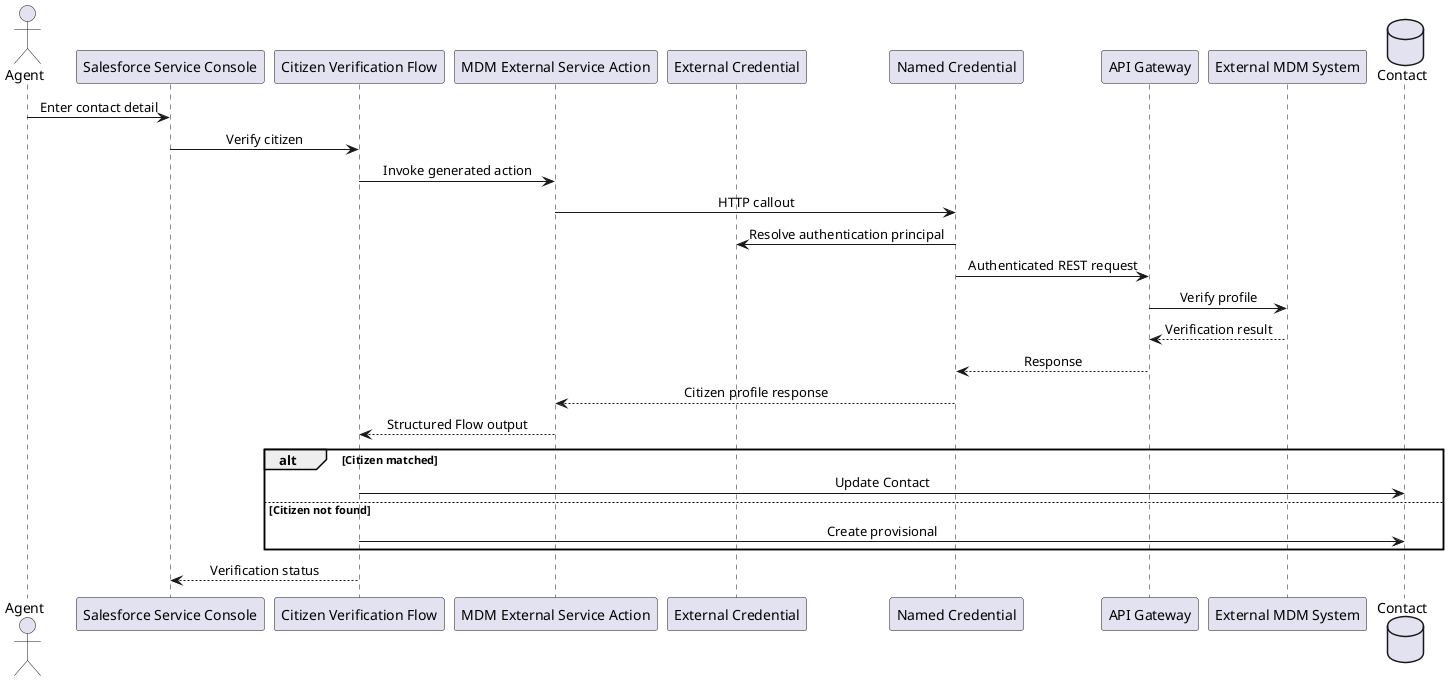
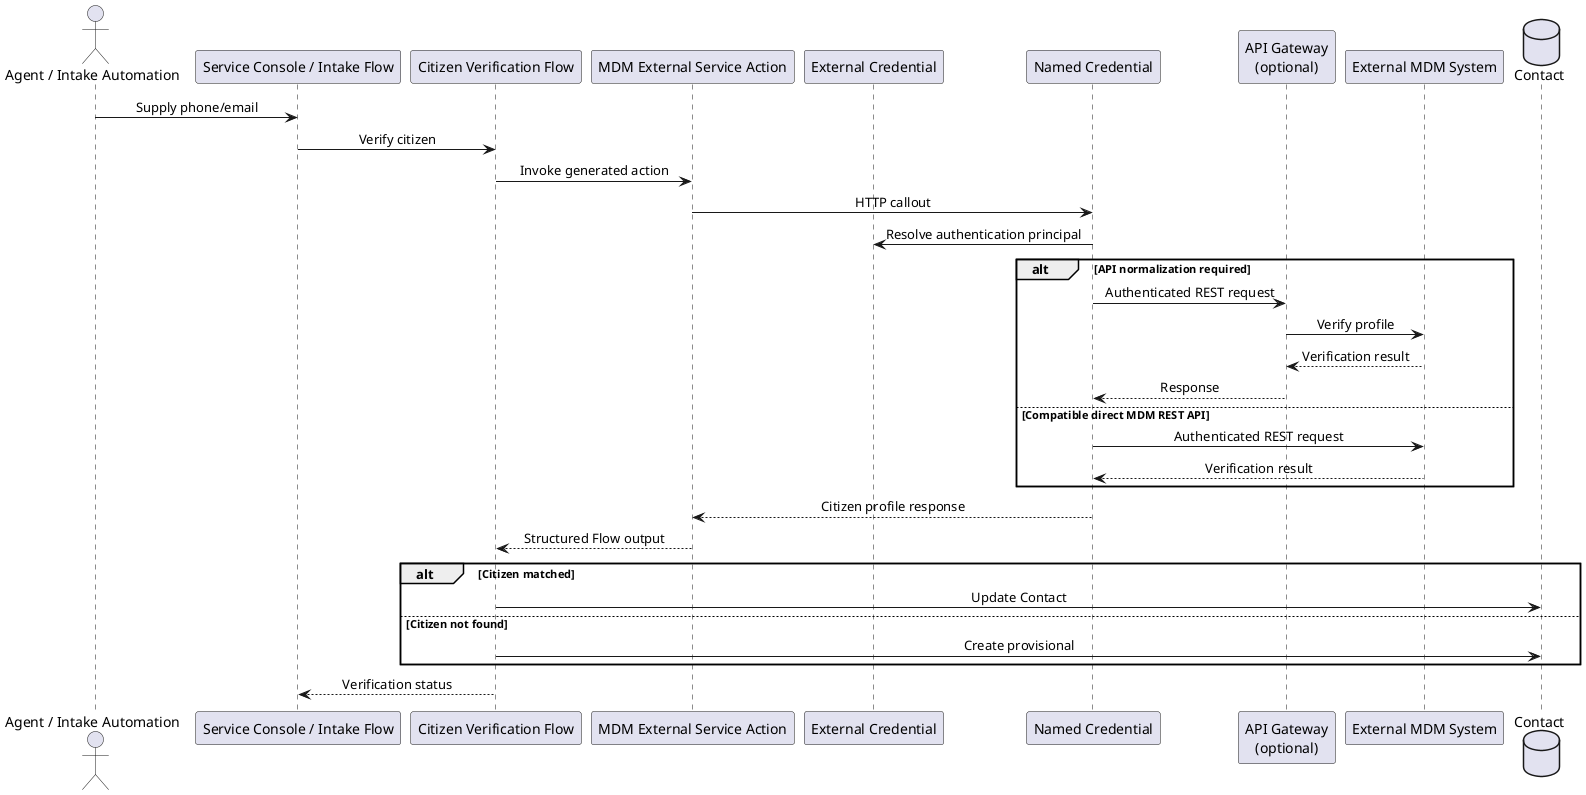
@startuml
skinparam sequenceMessageAlign center
- actor Agent
- participant "Salesforce Service Console" as Console
+ actor "Agent / Intake Automation" as Initiator
+ participant "Service Console / Intake Flow" as Entry
participant "Citizen Verification Flow" as VerificationFlow
participant "MDM External Service Action" as ExternalService
participant "External Credential" as EC
participant "Named Credential" as NC
- participant "API Gateway" as Gateway
+ participant "API Gateway\n(optional)" as Gateway
participant "External MDM System" as MDM
database "Contact" as Contact

- Agent -> Console : Enter contact detail
- Console -> VerificationFlow : Verify citizen
+ Initiator -> Entry : Supply phone/email
+ Entry -> VerificationFlow : Verify citizen
VerificationFlow -> ExternalService : Invoke generated action
ExternalService -> NC : HTTP callout
NC -> EC : Resolve authentication principal
- NC -> Gateway : Authenticated REST request
- Gateway -> MDM : Verify profile
- MDM --> Gateway : Verification result
- Gateway --> NC : Response
+ alt API normalization required
+   NC -> Gateway : Authenticated REST request
+   Gateway -> MDM : Verify profile
+   MDM --> Gateway : Verification result
+   Gateway --> NC : Response
+ else Compatible direct MDM REST API
+   NC -> MDM : Authenticated REST request
+   MDM --> NC : Verification result
+ end
NC --> ExternalService : Citizen profile response
ExternalService --> VerificationFlow : Structured Flow output

alt Citizen matched
  VerificationFlow -> Contact : Update Contact
else Citizen not found
  VerificationFlow -> Contact : Create provisional
end

- VerificationFlow --> Console : Verification status
+ VerificationFlow --> Entry : Verification status

@enduml
